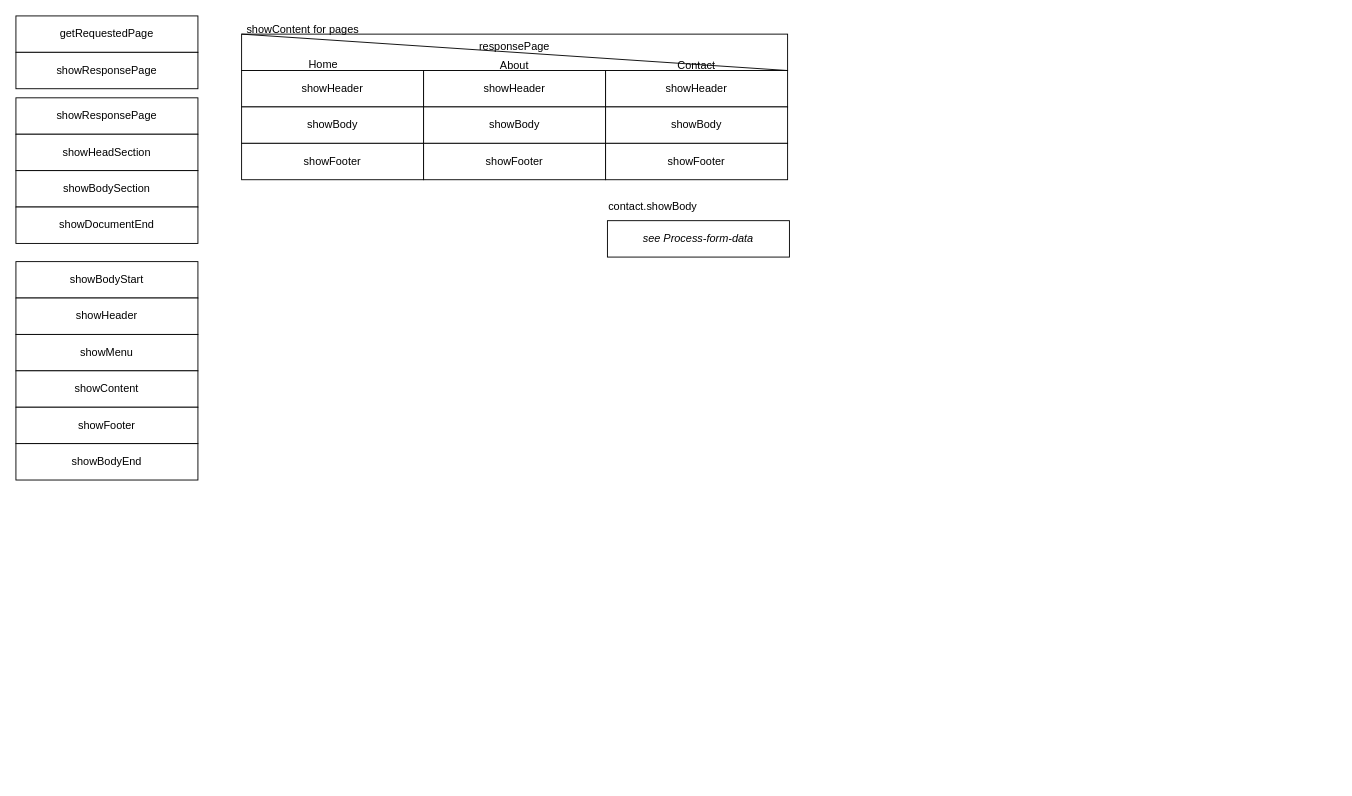
JeroenHeemskerk/educom-webshop-basis-1725865732 keeps this draw.io diagram as Diagrams/routing.drawio. Above is the earlier version. Source tidied: cells renumbered, new cells numbered last; positions are measured from the earlier drawing's top-left corner, leaving out a move shared by most shapes. Both pictures are drawn from the tidied source at 91%, with x=0, y=0 at pixel (15, 15).
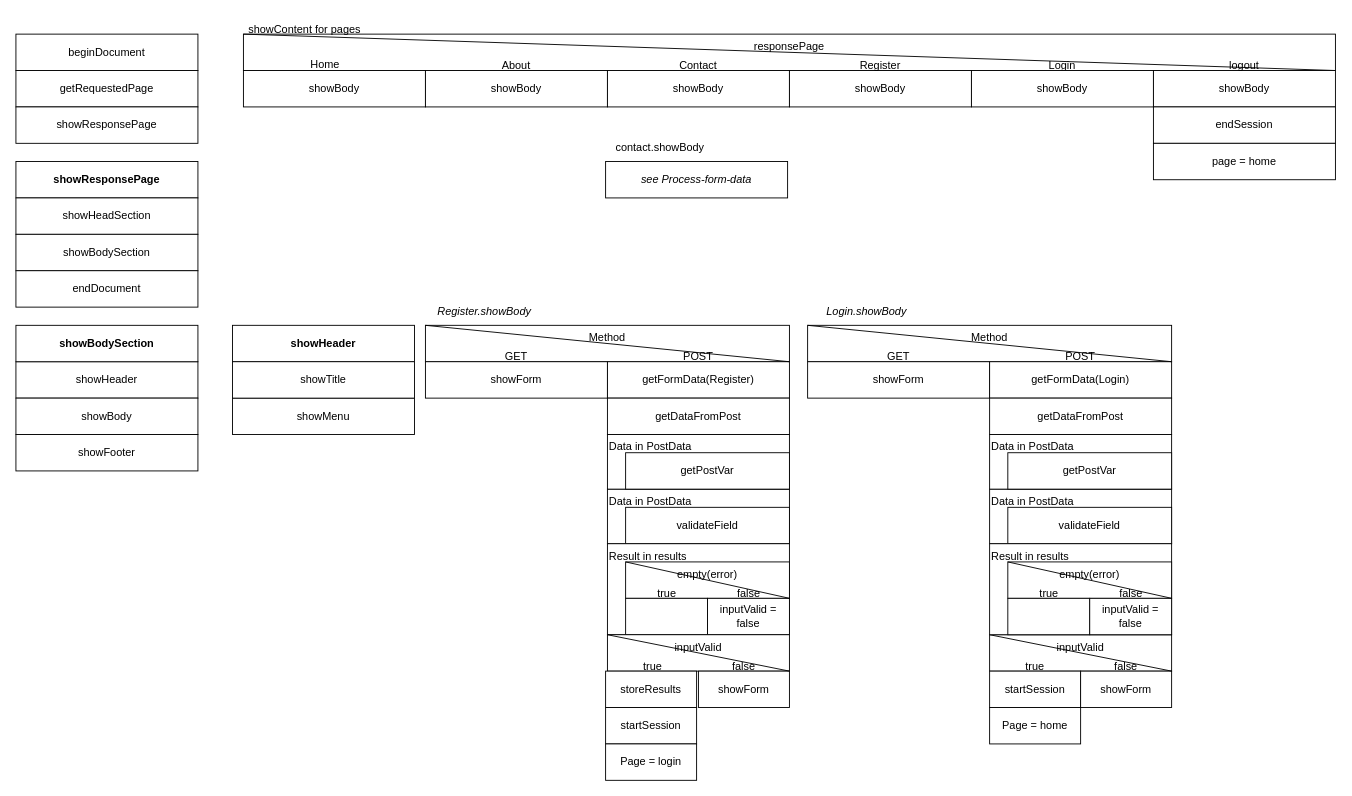
The same diagram, later.

What changed in the source:
```diff
@@
     <mxCell id="2" value="getRequestedPage" style="rounded=0;whiteSpace=wrap;html=1;" parent="1" vertex="1">
-      <mxGeometry width="200" height="40" as="geometry" />
+      <mxGeometry y="60" width="200" height="40" as="geometry" />
     </mxCell>
     <mxCell id="3" value="showResponsePage" style="rounded=0;whiteSpace=wrap;html=1;" parent="1" vertex="1">
-      <mxGeometry y="40" width="200" height="40" as="geometry" />
+      <mxGeometry y="100" width="200" height="40" as="geometry" />
     </mxCell>
-    <mxCell id="4" value="showResponsePage" style="rounded=0;whiteSpace=wrap;html=1;" parent="1" vertex="1">
-      <mxGeometry y="90" width="200" height="40" as="geometry" />
+    <mxCell id="4" value="showResponsePage" style="rounded=0;whiteSpace=wrap;html=1;fontStyle=1;" parent="1" vertex="1">
+      <mxGeometry y="160" width="200" height="40" as="geometry" />
     </mxCell>
     <mxCell id="5" value="showHeadSection" style="rounded=0;whiteSpace=wrap;html=1;" parent="1" vertex="1">
-      <mxGeometry y="130" width="200" height="40" as="geometry" />
+      <mxGeometry y="200" width="200" height="40" as="geometry" />
     </mxCell>
     <mxCell id="6" value="showBodySection" style="rounded=0;whiteSpace=wrap;html=1;" parent="1" vertex="1">
-      <mxGeometry y="170" width="200" height="40" as="geometry" />
+      <mxGeometry y="240" width="200" height="40" as="geometry" />
     </mxCell>
-    <mxCell id="7" value="showDocumentEnd" style="rounded=0;whiteSpace=wrap;html=1;" parent="1" vertex="1">
-      <mxGeometry y="210" width="200" height="40" as="geometry" />
+    <mxCell id="7" value="endDocument" style="rounded=0;whiteSpace=wrap;html=1;" parent="1" vertex="1">
+      <mxGeometry y="280" width="200" height="40" as="geometry" />
     </mxCell>
+    <mxCell id="13" value="beginDocument" style="rounded=0;whiteSpace=wrap;html=1;" parent="1" vertex="1">
+      <mxGeometry y="20" width="200" height="40" as="geometry" />
+    </mxCell>
+    <mxCell id="14" value="showHeader" style="rounded=0;whiteSpace=wrap;html=1;" parent="1" vertex="1">
+      <mxGeometry y="380" width="200" height="40" as="geometry" />
+    </mxCell>
+    <mxCell id="16" value="showBody" style="rounded=0;whiteSpace=wrap;html=1;" parent="1" vertex="1">
+      <mxGeometry y="420" width="200" height="40" as="geometry" />
+    </mxCell>
+    <mxCell id="17" value="showFooter" style="rounded=0;whiteSpace=wrap;html=1;" parent="1" vertex="1">
+      <mxGeometry y="460" width="200" height="40" as="geometry" />
+    </mxCell>
+    <mxCell id="21" value="see Process-form-data" style="rounded=0;whiteSpace=wrap;html=1;fontStyle=2;" parent="1" vertex="1">
+      <mxGeometry x="648" y="160" width="200" height="40" as="geometry" />
+    </mxCell>
+    <mxCell id="31" value="showBodySection" style="rounded=0;whiteSpace=wrap;html=1;fontStyle=1;" parent="1" vertex="1">
+      <mxGeometry y="340" width="200" height="40" as="geometry" />
+    </mxCell>
+    <mxCell id="32" value="showHeader" style="rounded=0;whiteSpace=wrap;html=1;fontStyle=1;" parent="1" vertex="1">
+      <mxGeometry x="238" y="340" width="200" height="40" as="geometry" />
+    </mxCell>
+    <mxCell id="15" value="showMenu" style="rounded=0;whiteSpace=wrap;html=1;" parent="1" vertex="1">
+      <mxGeometry x="238" y="420" width="200" height="40" as="geometry" />
+    </mxCell>
+    <mxCell id="33" value="showTitle" style="rounded=0;whiteSpace=wrap;html=1;" parent="1" vertex="1">
+      <mxGeometry x="238" y="380" width="200" height="40" as="geometry" />
+    </mxCell>
     <mxCell id="8" value="responsePage" style="rounded=0;whiteSpace=wrap;html=1;verticalAlign=top;" parent="1" vertex="1">
-      <mxGeometry x="248" y="20" width="600" height="40" as="geometry" />
+      <mxGeometry x="250" y="20" width="1200" height="40" as="geometry" />
     </mxCell>
@@
     <mxCell id="10" value="Home" style="text;html=1;strokeColor=none;fillColor=none;align=center;verticalAlign=middle;whiteSpace=wrap;rounded=0;" parent="1" vertex="1">
-      <mxGeometry x="308" y="39" width="60" height="30" as="geometry" />
+      <mxGeometry x="310" y="39" width="60" height="30" as="geometry" />
     </mxCell>
     <mxCell id="11" value="About" style="text;html=1;strokeColor=none;fillColor=none;align=center;verticalAlign=middle;whiteSpace=wrap;rounded=0;" parent="1" vertex="1">
-      <mxGeometry x="518" y="40" width="60" height="30" as="geometry" />
+      <mxGeometry x="520" y="40" width="60" height="30" as="geometry" />
     </mxCell>
     <mxCell id="12" value="Contact" style="text;html=1;strokeColor=none;fillColor=none;align=center;verticalAlign=middle;whiteSpace=wrap;rounded=0;" parent="1" vertex="1">
-      <mxGeometry x="718" y="40" width="60" height="30" as="geometry" />
+      <mxGeometry x="720" y="40" width="60" height="30" as="geometry" />
     </mxCell>
-    <mxCell id="13" value="showBodyStart" style="rounded=0;whiteSpace=wrap;html=1;" parent="1" vertex="1">
-      <mxGeometry y="270" width="200" height="40" as="geometry" />
-    </mxCell>
-    <mxCell id="14" value="showHeader" style="rounded=0;whiteSpace=wrap;html=1;" parent="1" vertex="1">
-      <mxGeometry y="310" width="200" height="40" as="geometry" />
-    </mxCell>
-    <mxCell id="15" value="showMenu" style="rounded=0;whiteSpace=wrap;html=1;" parent="1" vertex="1">
-      <mxGeometry y="350" width="200" height="40" as="geometry" />
-    </mxCell>
-    <mxCell id="16" value="showContent" style="rounded=0;whiteSpace=wrap;html=1;" parent="1" vertex="1">
-      <mxGeometry y="390" width="200" height="40" as="geometry" />
-    </mxCell>
-    <mxCell id="17" value="showFooter" style="rounded=0;whiteSpace=wrap;html=1;" parent="1" vertex="1">
-      <mxGeometry y="430" width="200" height="40" as="geometry" />
-    </mxCell>
-    <mxCell id="18" value="showBodyEnd" style="rounded=0;whiteSpace=wrap;html=1;" parent="1" vertex="1">
-      <mxGeometry y="470" width="200" height="40" as="geometry" />
-    </mxCell>
     <mxCell id="19" value="showContent for pages" style="text;html=1;strokeColor=none;fillColor=none;align=center;verticalAlign=middle;whiteSpace=wrap;rounded=0;" parent="1" vertex="1">
-      <mxGeometry x="243" width="145" height="30" as="geometry" />
+      <mxGeometry x="245" width="145" height="30" as="geometry" />
     </mxCell>
-    <mxCell id="20" value="showHeader" style="rounded=0;whiteSpace=wrap;html=1;" parent="1" vertex="1">
-      <mxGeometry x="248" y="60" width="200" height="40" as="geometry" />
-    </mxCell>
-    <mxCell id="21" value="see Process-form-data" style="rounded=0;whiteSpace=wrap;html=1;fontStyle=2;" parent="1" vertex="1">
-      <mxGeometry x="650" y="225" width="200" height="40" as="geometry" />
-    </mxCell>
     <mxCell id="22" value="showBody" style="rounded=0;whiteSpace=wrap;html=1;" parent="1" vertex="1">
-      <mxGeometry x="248" y="100" width="200" height="40" as="geometry" />
+      <mxGeometry x="250" y="60" width="200" height="40" as="geometry" />
     </mxCell>
-    <mxCell id="23" value="showFooter" style="rounded=0;whiteSpace=wrap;html=1;" parent="1" vertex="1">
-      <mxGeometry x="248" y="140" width="200" height="40" as="geometry" />
-    </mxCell>
-    <mxCell id="24" value="showHeader" style="rounded=0;whiteSpace=wrap;html=1;" parent="1" vertex="1">
-      <mxGeometry x="448" y="60" width="200" height="40" as="geometry" />
-    </mxCell>
     <mxCell id="25" value="showBody" style="rounded=0;whiteSpace=wrap;html=1;" parent="1" vertex="1">
-      <mxGeometry x="448" y="100" width="200" height="40" as="geometry" />
+      <mxGeometry x="450" y="60" width="200" height="40" as="geometry" />
     </mxCell>
-    <mxCell id="26" value="showFooter" style="rounded=0;whiteSpace=wrap;html=1;" parent="1" vertex="1">
-      <mxGeometry x="448" y="140" width="200" height="40" as="geometry" />
-    </mxCell>
-    <mxCell id="27" value="showHeader" style="rounded=0;whiteSpace=wrap;html=1;" parent="1" vertex="1">
-      <mxGeometry x="648" y="60" width="200" height="40" as="geometry" />
-    </mxCell>
     <mxCell id="28" value="showBody" style="rounded=0;whiteSpace=wrap;html=1;" parent="1" vertex="1">
-      <mxGeometry x="648" y="100" width="200" height="40" as="geometry" />
+      <mxGeometry x="650" y="60" width="200" height="40" as="geometry" />
     </mxCell>
-    <mxCell id="29" value="showFooter" style="rounded=0;whiteSpace=wrap;html=1;" parent="1" vertex="1">
-      <mxGeometry x="648" y="140" width="200" height="40" as="geometry" />
-    </mxCell>
     <mxCell id="30" value="contact.showBody" style="text;html=1;strokeColor=none;fillColor=none;align=center;verticalAlign=middle;whiteSpace=wrap;rounded=0;" parent="1" vertex="1">
-      <mxGeometry x="670" y="195" width="60" height="30" as="geometry" />
+      <mxGeometry x="648" y="130" width="120" height="30" as="geometry" />
     </mxCell>
+    <mxCell id="34" value="showBody" style="rounded=0;whiteSpace=wrap;html=1;" parent="1" vertex="1">
+      <mxGeometry x="850" y="60" width="200" height="40" as="geometry" />
+    </mxCell>
+    <mxCell id="35" value="Register" style="text;html=1;strokeColor=none;fillColor=none;align=center;verticalAlign=middle;whiteSpace=wrap;rounded=0;" parent="1" vertex="1">
+      <mxGeometry x="920" y="40" width="60" height="30" as="geometry" />
+    </mxCell>
+    <mxCell id="36" value="Login" style="text;html=1;strokeColor=none;fillColor=none;align=center;verticalAlign=middle;whiteSpace=wrap;rounded=0;" parent="1" vertex="1">
+      <mxGeometry x="1120" y="40" width="60" height="30" as="geometry" />
+    </mxCell>
+    <mxCell id="37" value="showBody" style="rounded=0;whiteSpace=wrap;html=1;" parent="1" vertex="1">
+      <mxGeometry x="1050" y="60" width="200" height="40" as="geometry" />
+    </mxCell>
+    <mxCell id="38" value="showBody" style="rounded=0;whiteSpace=wrap;html=1;" parent="1" vertex="1">
+      <mxGeometry x="1250" y="60" width="200" height="40" as="geometry" />
+    </mxCell>
+    <mxCell id="39" value="logout" style="text;html=1;strokeColor=none;fillColor=none;align=center;verticalAlign=middle;whiteSpace=wrap;rounded=0;" parent="1" vertex="1">
+      <mxGeometry x="1320" y="40" width="60" height="30" as="geometry" />
+    </mxCell>
+    <mxCell id="40" value="Register.showBody" style="text;html=1;strokeColor=none;fillColor=none;align=center;verticalAlign=middle;whiteSpace=wrap;rounded=0;fontStyle=2;" parent="1" vertex="1">
+      <mxGeometry x="450" y="310" width="130" height="30" as="geometry" />
+    </mxCell>
+    <mxCell id="41" value="endSession" style="rounded=0;whiteSpace=wrap;html=1;" parent="1" vertex="1">
+      <mxGeometry x="1250" y="100" width="200" height="40" as="geometry" />
+    </mxCell>
+    <mxCell id="42" value="page = home" style="rounded=0;whiteSpace=wrap;html=1;" parent="1" vertex="1">
+      <mxGeometry x="1250" y="140" width="200" height="40" as="geometry" />
+    </mxCell>
+    <mxCell id="43" value="Login.showBody" style="text;html=1;strokeColor=none;fillColor=none;align=center;verticalAlign=middle;whiteSpace=wrap;rounded=0;fontStyle=2;" parent="1" vertex="1">
+      <mxGeometry x="870" y="310" width="130" height="30" as="geometry" />
+    </mxCell>
+    <mxCell id="44" value="Data in PostData" style="rounded=0;whiteSpace=wrap;html=1;align=left;verticalAlign=top;" parent="1" vertex="1">
+      <mxGeometry x="650" y="520" width="200" height="60" as="geometry" />
+    </mxCell>
+    <mxCell id="45" value="Method" style="rounded=0;whiteSpace=wrap;html=1;verticalAlign=top;" parent="1" vertex="1">
+      <mxGeometry x="450" y="340" width="400" height="40" as="geometry" />
+    </mxCell>
+    <mxCell id="46" value="showForm" style="rounded=0;whiteSpace=wrap;html=1;" parent="1" vertex="1">
+      <mxGeometry x="450" y="380" width="200" height="40" as="geometry" />
+    </mxCell>
+    <mxCell id="47" value="getFormData(Register)" style="rounded=0;whiteSpace=wrap;html=1;" parent="1" vertex="1">
+      <mxGeometry x="650" y="380" width="200" height="40" as="geometry" />
+    </mxCell>
+    <mxCell id="48" style="endArrow=none;html=1;entryX=0;entryY=0;entryDx=0;entryDy=0;exitX=1;exitY=1;exitDx=0;exitDy=0;" parent="1" edge="1" source="45" target="45">
+      <mxGeometry relative="1" as="geometry" />
+    </mxCell>
+    <mxCell id="49" value="GET" style="text;html=1;strokeColor=none;fillColor=none;align=center;verticalAlign=middle;whiteSpace=wrap;rounded=0;" parent="1" vertex="1">
+      <mxGeometry x="520" y="360" width="60" height="30" as="geometry" />
+    </mxCell>
+    <mxCell id="50" value="POST" style="text;html=1;strokeColor=none;fillColor=none;align=center;verticalAlign=middle;whiteSpace=wrap;rounded=0;" parent="1" vertex="1">
+      <mxGeometry x="720" y="360" width="60" height="30" as="geometry" />
+    </mxCell>
+    <mxCell id="51" value="getDataFromPost" style="rounded=0;whiteSpace=wrap;html=1;" parent="1" vertex="1">
+      <mxGeometry x="650" y="420" width="200" height="40" as="geometry" />
+    </mxCell>
+    <mxCell id="52" value="Data in PostData" style="rounded=0;whiteSpace=wrap;html=1;align=left;verticalAlign=top;" parent="1" vertex="1">
+      <mxGeometry x="650" y="460" width="200" height="60" as="geometry" />
+    </mxCell>
+    <mxCell id="53" value="getPostVar" style="rounded=0;whiteSpace=wrap;html=1;" parent="1" vertex="1">
+      <mxGeometry x="670" y="480" width="180" height="40" as="geometry" />
+    </mxCell>
+    <mxCell id="54" value="validateField" style="rounded=0;whiteSpace=wrap;html=1;" parent="1" vertex="1">
+      <mxGeometry x="670" y="540" width="180" height="40" as="geometry" />
+    </mxCell>
+    <mxCell id="55" value="Result in results" style="rounded=0;whiteSpace=wrap;html=1;align=left;verticalAlign=top;" parent="1" vertex="1">
+      <mxGeometry x="650" y="580" width="200" height="100" as="geometry" />
+    </mxCell>
+    <mxCell id="56" style="group;" parent="1" vertex="1">
+      <mxGeometry x="670" y="600" width="180" height="80" as="geometry" />
+    </mxCell>
+    <mxCell id="57" value="empty(error)" style="rounded=0;whiteSpace=wrap;html=1;verticalAlign=top;" parent="56" vertex="1">
+      <mxGeometry width="180" height="40" as="geometry" />
+    </mxCell>
+    <mxCell id="58" style="rounded=0;whiteSpace=wrap;html=1;" parent="56" vertex="1">
+      <mxGeometry y="40" width="90" height="40" as="geometry" />
+    </mxCell>
+    <mxCell id="59" value="inputValid = false" style="rounded=0;whiteSpace=wrap;html=1;" parent="56" vertex="1">
+      <mxGeometry x="90" y="40" width="90" height="40" as="geometry" />
+    </mxCell>
+    <mxCell id="60" style="endArrow=none;html=1;entryX=0;entryY=0;entryDx=0;entryDy=0;exitX=1;exitY=1;exitDx=0;exitDy=0;" parent="56" edge="1" source="57" target="57">
+      <mxGeometry relative="1" as="geometry" />
+    </mxCell>
+    <mxCell id="61" value="true" style="text;html=1;strokeColor=none;fillColor=none;align=center;verticalAlign=middle;whiteSpace=wrap;rounded=0;" parent="56" vertex="1">
+      <mxGeometry x="31.5" y="20" width="27" height="30" as="geometry" />
+    </mxCell>
+    <mxCell id="62" value="false" style="text;html=1;strokeColor=none;fillColor=none;align=center;verticalAlign=middle;whiteSpace=wrap;rounded=0;" parent="56" vertex="1">
+      <mxGeometry x="121.5" y="20" width="27" height="30" as="geometry" />
+    </mxCell>
+    <mxCell id="63" value="inputValid" style="rounded=0;whiteSpace=wrap;html=1;verticalAlign=top;" parent="1" vertex="1">
+      <mxGeometry x="650" y="680" width="200" height="40" as="geometry" />
+    </mxCell>
+    <mxCell id="64" value="startSession" style="rounded=0;whiteSpace=wrap;html=1;" parent="1" vertex="1">
+      <mxGeometry x="648" y="760" width="100" height="40" as="geometry" />
+    </mxCell>
+    <mxCell id="65" value="showForm" style="rounded=0;whiteSpace=wrap;html=1;" parent="1" vertex="1">
+      <mxGeometry x="750" y="720" width="100" height="40" as="geometry" />
+    </mxCell>
+    <mxCell id="66" style="endArrow=none;html=1;entryX=0;entryY=0;entryDx=0;entryDy=0;exitX=1;exitY=1;exitDx=0;exitDy=0;" parent="1" edge="1" source="63" target="63">
+      <mxGeometry relative="1" as="geometry" />
+    </mxCell>
+    <mxCell id="67" value="true" style="text;html=1;strokeColor=none;fillColor=none;align=center;verticalAlign=middle;whiteSpace=wrap;rounded=0;" parent="1" vertex="1">
+      <mxGeometry x="685" y="700" width="30" height="30" as="geometry" />
+    </mxCell>
+    <mxCell id="68" value="false" style="text;html=1;strokeColor=none;fillColor=none;align=center;verticalAlign=middle;whiteSpace=wrap;rounded=0;" parent="1" vertex="1">
+      <mxGeometry x="785" y="700" width="30" height="30" as="geometry" />
+    </mxCell>
+    <mxCell id="69" value="Page = login" style="rounded=0;whiteSpace=wrap;html=1;" parent="1" vertex="1">
+      <mxGeometry x="648" y="800" width="100" height="40" as="geometry" />
+    </mxCell>
+    <mxCell id="70" value="storeResults" style="rounded=0;whiteSpace=wrap;html=1;" parent="1" vertex="1">
+      <mxGeometry x="648" y="720" width="100" height="40" as="geometry" />
+    </mxCell>
+    <mxCell id="71" value="Data in PostData" style="rounded=0;whiteSpace=wrap;html=1;align=left;verticalAlign=top;" parent="1" vertex="1">
+      <mxGeometry x="1070" y="520" width="200" height="60" as="geometry" />
+    </mxCell>
+    <mxCell id="72" value="Method" style="rounded=0;whiteSpace=wrap;html=1;verticalAlign=top;" parent="1" vertex="1">
+      <mxGeometry x="870" y="340" width="400" height="40" as="geometry" />
+    </mxCell>
+    <mxCell id="73" value="showForm" style="rounded=0;whiteSpace=wrap;html=1;" parent="1" vertex="1">
+      <mxGeometry x="870" y="380" width="200" height="40" as="geometry" />
+    </mxCell>
+    <mxCell id="74" value="getFormData(Login)" style="rounded=0;whiteSpace=wrap;html=1;" parent="1" vertex="1">
+      <mxGeometry x="1070" y="380" width="200" height="40" as="geometry" />
+    </mxCell>
+    <mxCell id="75" style="endArrow=none;html=1;entryX=0;entryY=0;entryDx=0;entryDy=0;exitX=1;exitY=1;exitDx=0;exitDy=0;" parent="1" edge="1" source="72" target="72">
+      <mxGeometry relative="1" as="geometry" />
+    </mxCell>
+    <mxCell id="76" value="GET" style="text;html=1;strokeColor=none;fillColor=none;align=center;verticalAlign=middle;whiteSpace=wrap;rounded=0;" parent="1" vertex="1">
+      <mxGeometry x="940" y="360" width="60" height="30" as="geometry" />
+    </mxCell>
+    <mxCell id="77" value="POST" style="text;html=1;strokeColor=none;fillColor=none;align=center;verticalAlign=middle;whiteSpace=wrap;rounded=0;" parent="1" vertex="1">
+      <mxGeometry x="1140" y="360" width="60" height="30" as="geometry" />
+    </mxCell>
+    <mxCell id="78" value="getDataFromPost" style="rounded=0;whiteSpace=wrap;html=1;" parent="1" vertex="1">
+      <mxGeometry x="1070" y="420" width="200" height="40" as="geometry" />
+    </mxCell>
+    <mxCell id="79" value="Data in PostData" style="rounded=0;whiteSpace=wrap;html=1;align=left;verticalAlign=top;" parent="1" vertex="1">
+      <mxGeometry x="1070" y="460" width="200" height="60" as="geometry" />
+    </mxCell>
+    <mxCell id="80" value="getPostVar" style="rounded=0;whiteSpace=wrap;html=1;" parent="1" vertex="1">
+      <mxGeometry x="1090" y="480" width="180" height="40" as="geometry" />
+    </mxCell>
+    <mxCell id="81" value="validateField" style="rounded=0;whiteSpace=wrap;html=1;" parent="1" vertex="1">
+      <mxGeometry x="1090" y="540" width="180" height="40" as="geometry" />
+    </mxCell>
+    <mxCell id="82" style="group;" parent="1" vertex="1">
+      <mxGeometry x="1070" y="680" width="200" height="120" as="geometry" />
+    </mxCell>
+    <mxCell id="83" value="inputValid" style="rounded=0;whiteSpace=wrap;html=1;verticalAlign=top;" parent="82" vertex="1">
+      <mxGeometry width="200" height="40" as="geometry" />
+    </mxCell>
+    <mxCell id="84" value="startSession" style="rounded=0;whiteSpace=wrap;html=1;" parent="82" vertex="1">
+      <mxGeometry y="40" width="100" height="40" as="geometry" />
+    </mxCell>
+    <mxCell id="85" value="showForm" style="rounded=0;whiteSpace=wrap;html=1;" parent="82" vertex="1">
+      <mxGeometry x="100" y="40" width="100" height="40" as="geometry" />
+    </mxCell>
+    <mxCell id="86" style="endArrow=none;html=1;entryX=0;entryY=0;entryDx=0;entryDy=0;exitX=1;exitY=1;exitDx=0;exitDy=0;" parent="82" edge="1" source="83" target="83">
+      <mxGeometry relative="1" as="geometry" />
+    </mxCell>
+    <mxCell id="87" value="true" style="text;html=1;strokeColor=none;fillColor=none;align=center;verticalAlign=middle;whiteSpace=wrap;rounded=0;" parent="82" vertex="1">
+      <mxGeometry x="35" y="20" width="30" height="30" as="geometry" />
+    </mxCell>
+    <mxCell id="88" value="false" style="text;html=1;strokeColor=none;fillColor=none;align=center;verticalAlign=middle;whiteSpace=wrap;rounded=0;" parent="82" vertex="1">
+      <mxGeometry x="135" y="20" width="30" height="30" as="geometry" />
+    </mxCell>
+    <mxCell id="89" value="Page = home" style="rounded=0;whiteSpace=wrap;html=1;" parent="82" vertex="1">
+      <mxGeometry y="80" width="100" height="40" as="geometry" />
+    </mxCell>
+    <mxCell id="90" value="Result in results" style="rounded=0;whiteSpace=wrap;html=1;align=left;verticalAlign=top;" parent="1" vertex="1">
+      <mxGeometry x="1070" y="580" width="200" height="100" as="geometry" />
+    </mxCell>
+    <mxCell id="91" style="group;" parent="1" vertex="1">
+      <mxGeometry x="1090" y="600" width="180" height="80" as="geometry" />
+    </mxCell>
+    <mxCell id="92" value="empty(error)" style="rounded=0;whiteSpace=wrap;html=1;verticalAlign=top;" parent="91" vertex="1">
+      <mxGeometry width="180" height="40" as="geometry" />
+    </mxCell>
+    <mxCell id="93" style="rounded=0;whiteSpace=wrap;html=1;" parent="91" vertex="1">
+      <mxGeometry y="40" width="90" height="40" as="geometry" />
+    </mxCell>
+    <mxCell id="94" value="inputValid = false" style="rounded=0;whiteSpace=wrap;html=1;" parent="91" vertex="1">
+      <mxGeometry x="90" y="40" width="90" height="40" as="geometry" />
+    </mxCell>
+    <mxCell id="95" style="endArrow=none;html=1;entryX=0;entryY=0;entryDx=0;entryDy=0;exitX=1;exitY=1;exitDx=0;exitDy=0;" parent="91" edge="1" source="92" target="92">
+      <mxGeometry relative="1" as="geometry" />
+    </mxCell>
+    <mxCell id="96" value="true" style="text;html=1;strokeColor=none;fillColor=none;align=center;verticalAlign=middle;whiteSpace=wrap;rounded=0;" parent="91" vertex="1">
+      <mxGeometry x="31.5" y="20" width="27" height="30" as="geometry" />
+    </mxCell>
+    <mxCell id="97" value="false" style="text;html=1;strokeColor=none;fillColor=none;align=center;verticalAlign=middle;whiteSpace=wrap;rounded=0;" parent="91" vertex="1">
+      <mxGeometry x="121.5" y="20" width="27" height="30" as="geometry" />
+    </mxCell>
```
